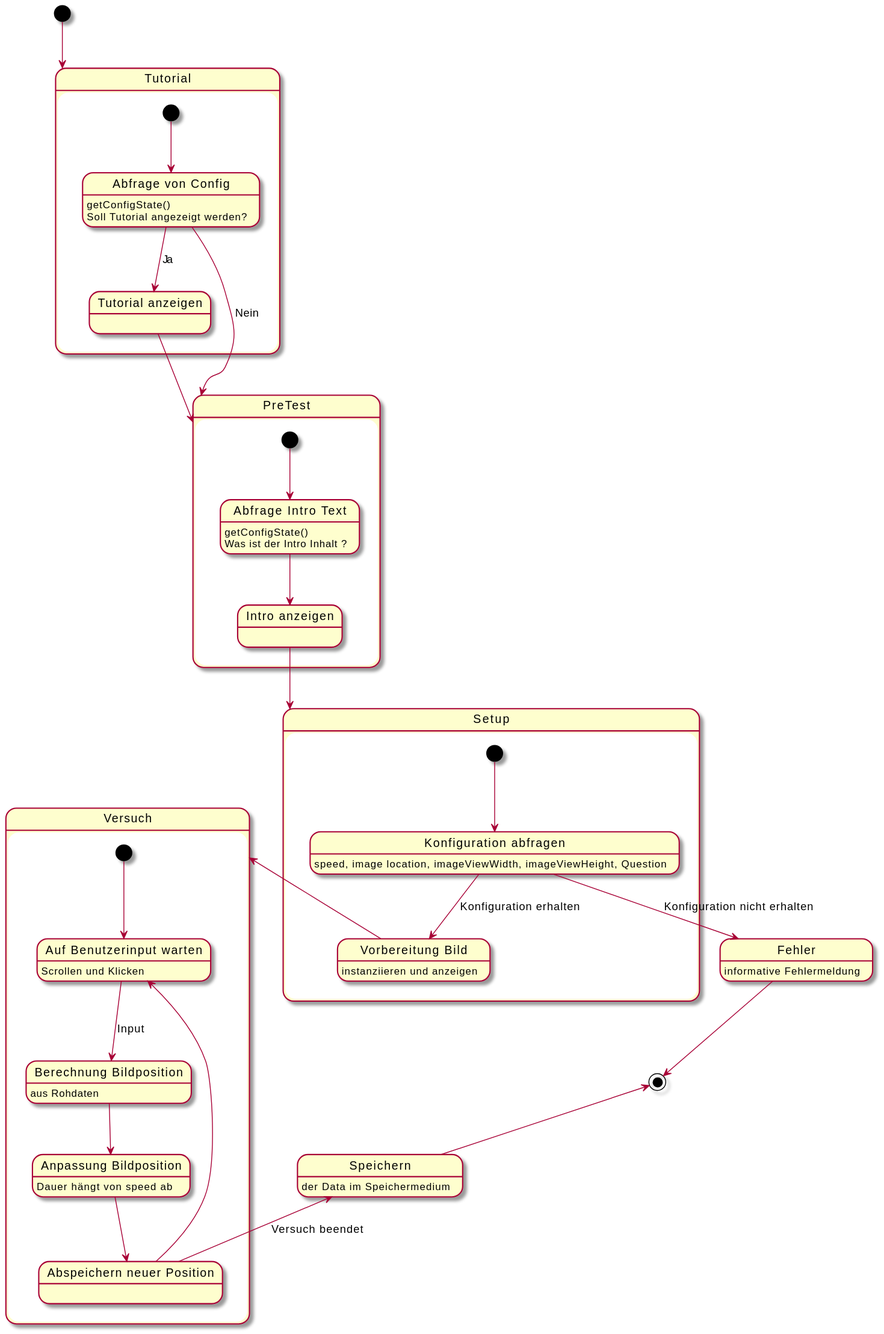
This is uml-state/zoommaps/zustand-zoommaps.svg from weichware-10/dokumente, a PlantUML export, as it was before one commit.
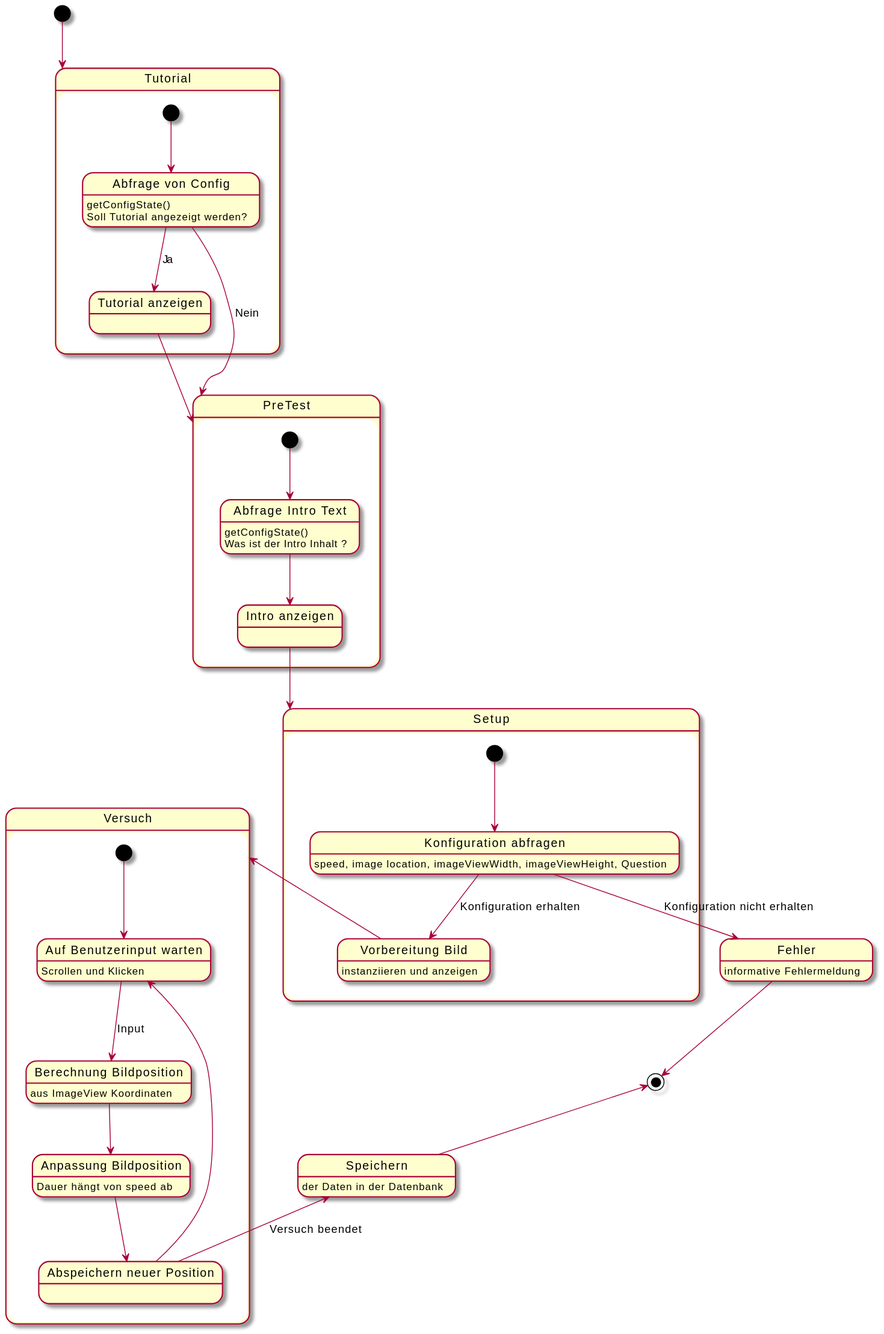
After the commit.

Commit message:
[chore] rendered SVGs

Diff of the diagram source:
```diff
@@ -1,6 +1,6 @@
 @startuml
 state "Fehler" as err : informative Fehlermeldung
-state Speichern : der Data im Speichermedium
+state Speichern : der Daten in der Datenbank
 
 state "Tutorial" as t {
     state "Abfrage von Config" as ac : getConfigState()\nSoll Tutorial angezeigt werden?
@@ -30,7 +30,7 @@
 
 state "Versuch" as v {
     state "Auf Benutzerinput warten" as bi : Scrollen und Klicken
-    state "Berechnung Bildposition" as bb : aus Rohdaten
+    state "Berechnung Bildposition" as bb : aus ImageView Koordinaten
     state "Anpassung Bildposition" as ab : Dauer hängt von speed ab
     state "Abspeichern neuer Position" as ap
     [*] --> bi
```
